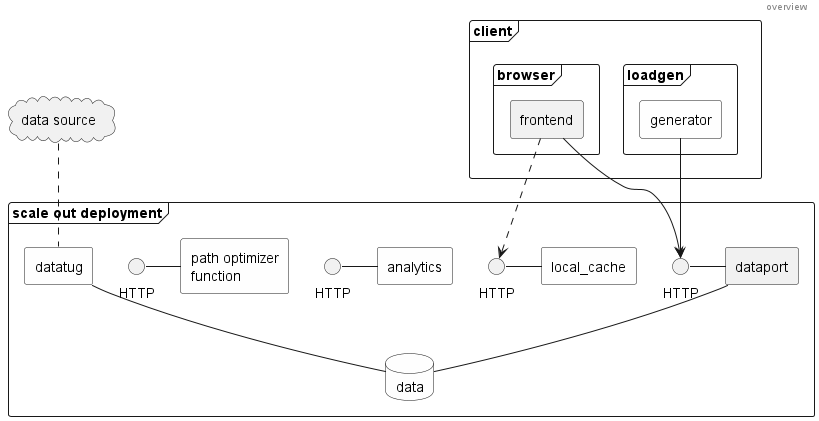
The PlantUML diagram common/docs/overview.png in tmetsch/rusty_port, before a commit.
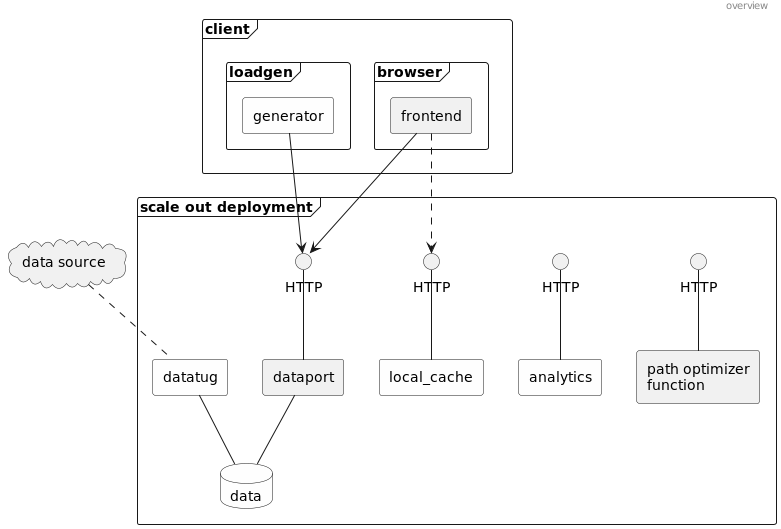
Later version of the same file.

Commit message:
added basic path optimization function.

Change to the diagram source:
```diff
@@ -7,17 +7,17 @@
 frame "scale out deployment" {
   agent dataport
   interface HTTP as dpep
-  dataport -left- dpep
+  dataport -up- dpep
   agent datatug #fefefe
   agent local_cache #fefefe
   interface HTTP as lcep
-  local_cache -left- lcep
+  local_cache -up- lcep
   agent analytics #fefefe
   interface HTTP as aep
-  analytics -left- aep
-  agent "path optimizer\nfunction" as po #fefefe
+  analytics -up- aep
+  agent "path optimizer\nfunction" as po
   interface HTTP as poep
-  po -left- poep
+  po -up- poep
   database data #fefefe
   dataport -- data
   datatug -- data
```
